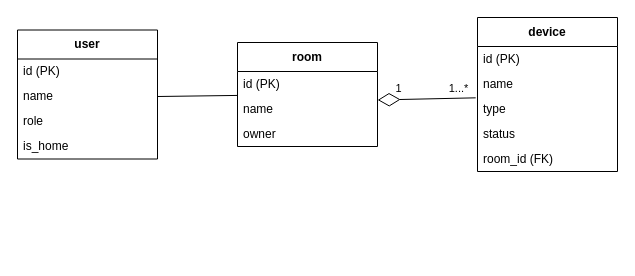
Above: smart-home-diagram.drawio in manuelhier/DHBW_Portfolio_VertSysteme (draw.io), before the change. Source tidied: cells renumbered, new cells numbered last; positions are measured from the earlier drawing's top-left corner, leaving out a move shared by most shapes. Both pictures are drawn from the tidied source at 100%, with x=0, y=0 at pixel (17, 17).
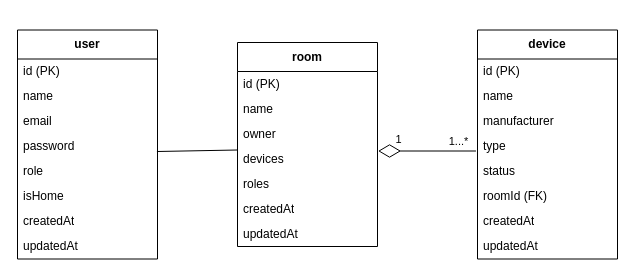
The same page after the edit.

The change refers to these unchanged cells:
```xml
<mxCell id="11" value="name" style="text;html=1;strokeColor=none;fillColor=none;align=left;verticalAlign=middle;spacingLeft=4;spacingRight=4;overflow=hidden;points=[[0,0.5],[1,0.5]];portConstraint=eastwest;whiteSpace=wrap;" parent="9" vertex="1">
  <mxGeometry y="54" width="140" height="25" as="geometry" />
</mxCell>
<mxCell id="15" value="name" style="text;html=1;strokeColor=none;fillColor=none;align=left;verticalAlign=middle;spacingLeft=4;spacingRight=4;overflow=hidden;points=[[0,0.5],[1,0.5]];portConstraint=eastwest;whiteSpace=wrap;" parent="13" vertex="1">
  <mxGeometry y="54" width="140" height="25" as="geometry" />
</mxCell>
```

Change to the diagram source:
```diff
@@
     <mxCell id="2" value="device" style="swimlane;fontStyle=1;align=center;verticalAlign=middle;horizontal=1;startSize=29;html=1;whiteSpace=wrap;" parent="1" vertex="1">
-      <mxGeometry x="460" width="140" height="154" as="geometry" />
+      <mxGeometry x="460" y="12.5" width="140" height="229" as="geometry" />
     </mxCell>
@@
-    <mxCell id="5" value="type" style="text;html=1;strokeColor=none;fillColor=none;align=left;verticalAlign=middle;spacingLeft=4;spacingRight=4;overflow=hidden;points=[[0,0.5],[1,0.5]];portConstraint=eastwest;whiteSpace=wrap;" parent="2" vertex="1">
+    <mxCell id="5" value="manufacturer" style="text;html=1;strokeColor=none;fillColor=none;align=left;verticalAlign=middle;spacingLeft=4;spacingRight=4;overflow=hidden;points=[[0,0.5],[1,0.5]];portConstraint=eastwest;whiteSpace=wrap;" parent="2" vertex="1">
       <mxGeometry y="79" width="140" height="25" as="geometry" />
     </mxCell>
+    <mxCell id="21" value="type" style="text;html=1;strokeColor=none;fillColor=none;align=left;verticalAlign=middle;spacingLeft=4;spacingRight=4;overflow=hidden;points=[[0,0.5],[1,0.5]];portConstraint=eastwest;whiteSpace=wrap;" parent="2" vertex="1">
+      <mxGeometry y="104" width="140" height="25" as="geometry" />
+    </mxCell>
     <mxCell id="6" value="status" style="text;html=1;strokeColor=none;fillColor=none;align=left;verticalAlign=middle;spacingLeft=4;spacingRight=4;overflow=hidden;whiteSpace=wrap;" parent="2" vertex="1">
-      <mxGeometry y="104" width="140" height="25" as="geometry" />
+      <mxGeometry y="129" width="140" height="25" as="geometry" />
     </mxCell>
-    <mxCell id="7" value="room_id (FK)" style="text;html=1;strokeColor=none;fillColor=none;align=left;verticalAlign=middle;spacingLeft=4;spacingRight=4;overflow=hidden;whiteSpace=wrap;" parent="2" vertex="1">
-      <mxGeometry y="129" width="140" height="25" as="geometry" />
+    <mxCell id="7" value="roomId (FK)" style="text;html=1;strokeColor=none;fillColor=none;align=left;verticalAlign=middle;spacingLeft=4;spacingRight=4;overflow=hidden;whiteSpace=wrap;" parent="2" vertex="1">
+      <mxGeometry y="154" width="140" height="25" as="geometry" />
     </mxCell>
+    <mxCell id="22" value="createdAt" style="text;html=1;strokeColor=none;fillColor=none;align=left;verticalAlign=middle;spacingLeft=4;spacingRight=4;overflow=hidden;whiteSpace=wrap;" parent="2" vertex="1">
+      <mxGeometry y="179" width="140" height="25" as="geometry" />
+    </mxCell>
+    <mxCell id="23" value="updatedAt" style="text;html=1;strokeColor=none;fillColor=none;align=left;verticalAlign=middle;spacingLeft=4;spacingRight=4;overflow=hidden;whiteSpace=wrap;" parent="2" vertex="1">
+      <mxGeometry y="204" width="140" height="25" as="geometry" />
+    </mxCell>
-    <mxCell id="8" style="html=1;entryX=1;entryY=0.5;entryDx=0;entryDy=0;endArrow=none;endFill=0;" parent="1" edge="1" source="9" target="15">
-      <mxGeometry relative="1" as="geometry" />
+    <mxCell id="8" style="html=1;endArrow=none;endFill=0;entryX=0.996;entryY=0.7;entryDx=0;entryDy=0;entryPerimeter=0;" parent="1" edge="1" target="29">
+      <mxGeometry relative="1" as="geometry">
+        <mxPoint x="220" y="132.5" as="sourcePoint" />
+      </mxGeometry>
     </mxCell>
     <mxCell id="9" value="room" style="swimlane;fontStyle=1;align=center;verticalAlign=middle;horizontal=1;startSize=29;html=1;whiteSpace=wrap;" parent="1" vertex="1">
-      <mxGeometry x="220" y="25" width="140" height="104" as="geometry" />
+      <mxGeometry x="220" y="25" width="140" height="204" as="geometry" />
     </mxCell>
@@
+    <mxCell id="24" value="devices" style="text;html=1;strokeColor=none;fillColor=none;align=left;verticalAlign=middle;spacingLeft=4;spacingRight=4;overflow=hidden;points=[[0,0.5],[1,0.5]];portConstraint=eastwest;whiteSpace=wrap;" parent="9" vertex="1">
+      <mxGeometry y="104" width="140" height="25" as="geometry" />
+    </mxCell>
+    <mxCell id="25" value="roles" style="text;html=1;strokeColor=none;fillColor=none;align=left;verticalAlign=middle;spacingLeft=4;spacingRight=4;overflow=hidden;whiteSpace=wrap;" parent="9" vertex="1">
+      <mxGeometry y="129" width="140" height="25" as="geometry" />
+    </mxCell>
+    <mxCell id="26" value="createdAt" style="text;html=1;strokeColor=none;fillColor=none;align=left;verticalAlign=middle;spacingLeft=4;spacingRight=4;overflow=hidden;whiteSpace=wrap;" parent="9" vertex="1">
+      <mxGeometry y="154" width="140" height="25" as="geometry" />
+    </mxCell>
+    <mxCell id="27" value="updatedAt" style="text;html=1;strokeColor=none;fillColor=none;align=left;verticalAlign=middle;spacingLeft=4;spacingRight=4;overflow=hidden;whiteSpace=wrap;" parent="9" vertex="1">
+      <mxGeometry y="179" width="140" height="25" as="geometry" />
+    </mxCell>
     <mxCell id="13" value="user" style="swimlane;fontStyle=1;align=center;verticalAlign=middle;horizontal=1;startSize=29;html=1;whiteSpace=wrap;" parent="1" vertex="1">
-      <mxGeometry y="12.5" width="140" height="129" as="geometry" />
+      <mxGeometry y="12.5" width="140" height="229" as="geometry" />
     </mxCell>
@@
+    <mxCell id="28" value="email" style="text;html=1;strokeColor=none;fillColor=none;align=left;verticalAlign=middle;spacingLeft=4;spacingRight=4;overflow=hidden;whiteSpace=wrap;" parent="13" vertex="1">
+      <mxGeometry y="79" width="140" height="25" as="geometry" />
+    </mxCell>
+    <mxCell id="29" value="password" style="text;html=1;strokeColor=none;fillColor=none;align=left;verticalAlign=middle;spacingLeft=4;spacingRight=4;overflow=hidden;points=[[0,0.5],[1,0.5]];portConstraint=eastwest;whiteSpace=wrap;" parent="13" vertex="1">
+      <mxGeometry y="104" width="140" height="25" as="geometry" />
+    </mxCell>
     <mxCell id="16" value="role" style="text;html=1;strokeColor=none;fillColor=none;align=left;verticalAlign=middle;spacingLeft=4;spacingRight=4;overflow=hidden;whiteSpace=wrap;" parent="13" vertex="1">
-      <mxGeometry y="79" width="140" height="25" as="geometry" />
+      <mxGeometry y="129" width="140" height="25" as="geometry" />
     </mxCell>
-    <mxCell id="17" value="is_home" style="text;html=1;strokeColor=none;fillColor=none;align=left;verticalAlign=middle;spacingLeft=4;spacingRight=4;overflow=hidden;whiteSpace=wrap;" parent="13" vertex="1">
-      <mxGeometry y="104" width="140" height="25" as="geometry" />
+    <mxCell id="17" value="isHome" style="text;html=1;strokeColor=none;fillColor=none;align=left;verticalAlign=middle;spacingLeft=4;spacingRight=4;overflow=hidden;whiteSpace=wrap;" parent="13" vertex="1">
+      <mxGeometry y="154" width="140" height="25" as="geometry" />
     </mxCell>
+    <mxCell id="30" value="createdAt" style="text;html=1;strokeColor=none;fillColor=none;align=left;verticalAlign=middle;spacingLeft=4;spacingRight=4;overflow=hidden;whiteSpace=wrap;" parent="13" vertex="1">
+      <mxGeometry y="179" width="140" height="25" as="geometry" />
+    </mxCell>
+    <mxCell id="31" value="updatedAt" style="text;html=1;strokeColor=none;fillColor=none;align=left;verticalAlign=middle;spacingLeft=4;spacingRight=4;overflow=hidden;whiteSpace=wrap;" parent="13" vertex="1">
+      <mxGeometry y="204" width="140" height="25" as="geometry" />
+    </mxCell>
-    <mxCell id="18" style="edgeStyle=none;html=1;entryX=1.001;entryY=0.14;entryDx=0;entryDy=0;entryPerimeter=0;endArrow=diamondThin;endFill=0;exitX=-0.013;exitY=0.053;exitDx=0;exitDy=0;exitPerimeter=0;endSize=20;" parent="1" edge="1" source="5" target="11">
+    <mxCell id="18" style="edgeStyle=none;html=1;entryX=1.004;entryY=0.18;entryDx=0;entryDy=0;entryPerimeter=0;endArrow=diamondThin;endFill=0;exitX=-0.011;exitY=0.68;exitDx=0;exitDy=0;exitPerimeter=0;endSize=20;" parent="1" edge="1" source="21" target="24">
       <mxGeometry relative="1" as="geometry" />
     </mxCell>
```
